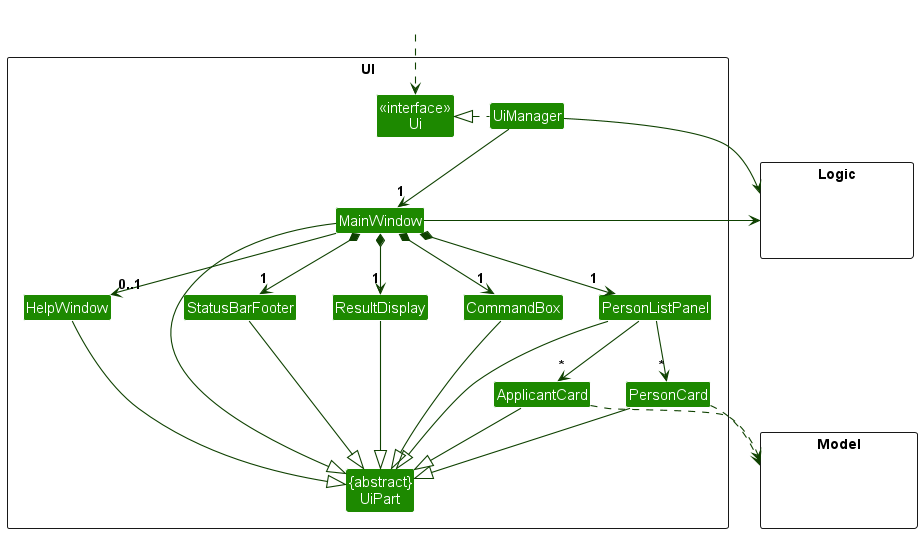
Before: docs/images/UiClassDiagram.png, a diagram exported from PlantUML (ys112/tp). Its diagram source:
```plantuml
@startuml
!include style.puml
skinparam arrowThickness 1.1
skinparam arrowColor UI_COLOR_T4
skinparam classBackgroundColor UI_COLOR

package UI <<Rectangle>>{
Class "<<interface>>\nUi" as Ui
Class "{abstract}\nUiPart" as UiPart
Class UiManager
Class MainWindow
Class HelpWindow
Class ResultDisplay
Class PersonListPanel
Class PersonCard
Class ApplicantCard
Class StatusBarFooter
Class CommandBox
}

package Model <<Rectangle>> {
Class HiddenModel #FFFFFF
}

package Logic <<Rectangle>> {
Class HiddenLogic #FFFFFF
}

Class HiddenOutside #FFFFFF
HiddenOutside ..> Ui

UiManager .left.|> Ui
UiManager -down-> "1" MainWindow
MainWindow *-down->  "1" CommandBox
MainWindow *-down-> "1" ResultDisplay
MainWindow *-down-> "1" PersonListPanel
MainWindow *-down-> "1" StatusBarFooter
MainWindow --> "0..1" HelpWindow

PersonListPanel -down-> "*" PersonCard
PersonListPanel -down-> "*" ApplicantCard

MainWindow -left-|> UiPart

ResultDisplay --|> UiPart
CommandBox --|> UiPart
PersonListPanel --|> UiPart
PersonCard --|> UiPart
ApplicantCard --|> UiPart
StatusBarFooter --|> UiPart
HelpWindow --|> UiPart

PersonCard ..> Model
ApplicantCard ..> Model
UiManager -right-> Logic
MainWindow -left-> Logic

PersonListPanel -[hidden]left- HelpWindow
HelpWindow -[hidden]left- CommandBox
CommandBox -[hidden]left- ResultDisplay
ResultDisplay -[hidden]left- StatusBarFooter

MainWindow -[hidden]-|> UiPart
@enduml
```
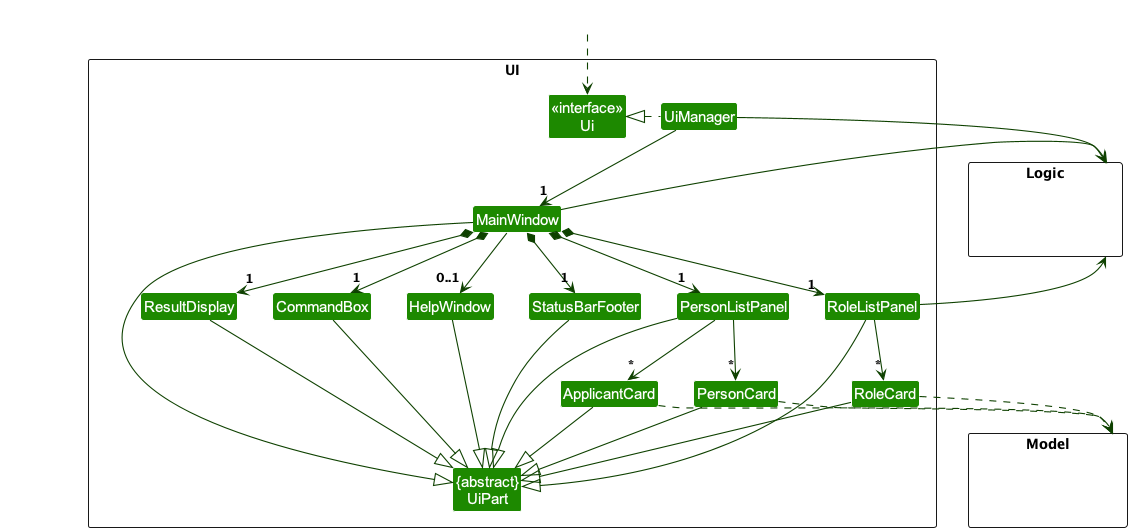
The same file after the commit.

Commit message:
Update Ui class diagram image on DG

Diff of the diagram source:
```diff
@@ -13,6 +13,8 @@
 Class ResultDisplay
 Class PersonListPanel
 Class PersonCard
+Class RoleListPanel
+Class RoleCard
 Class ApplicantCard
 Class StatusBarFooter
 Class CommandBox
@@ -34,11 +36,13 @@
 MainWindow *-down->  "1" CommandBox
 MainWindow *-down-> "1" ResultDisplay
 MainWindow *-down-> "1" PersonListPanel
+MainWindow *-down-> "1" RoleListPanel
 MainWindow *-down-> "1" StatusBarFooter
 MainWindow --> "0..1" HelpWindow
 
 PersonListPanel -down-> "*" PersonCard
 PersonListPanel -down-> "*" ApplicantCard
+RoleListPanel -down-> "*" RoleCard
 
 MainWindow -left-|> UiPart
 
@@ -46,14 +50,18 @@
 CommandBox --|> UiPart
 PersonListPanel --|> UiPart
 PersonCard --|> UiPart
+RoleListPanel --|> UiPart
+RoleCard --|> UiPart
 ApplicantCard --|> UiPart
 StatusBarFooter --|> UiPart
 HelpWindow --|> UiPart
 
 PersonCard ..> Model
 ApplicantCard ..> Model
+RoleCard ..> Model
 UiManager -right-> Logic
 MainWindow -left-> Logic
+RoleListPanel -left-> Logic
 
 PersonListPanel -[hidden]left- HelpWindow
 HelpWindow -[hidden]left- CommandBox
```
